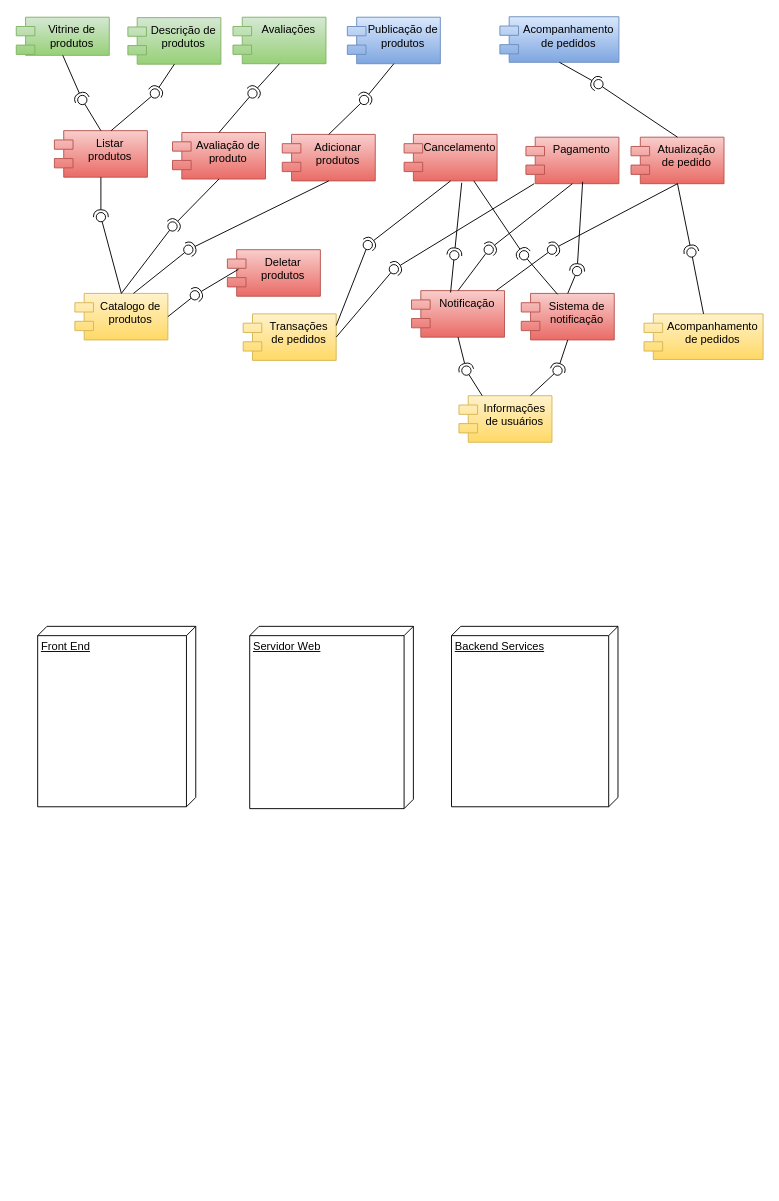
Earlier version of the draw.io diagram Diagrama sem nome.drawio (davimicale/Patinho-Feio-do-Legume). Source tidied: cells renumbered, new cells numbered last; positions are measured from the earlier drawing's top-left corner, leaving out a move shared by most shapes. Both pictures are drawn from the tidied source at 93%, with x=0, y=0 at pixel (16, 16).
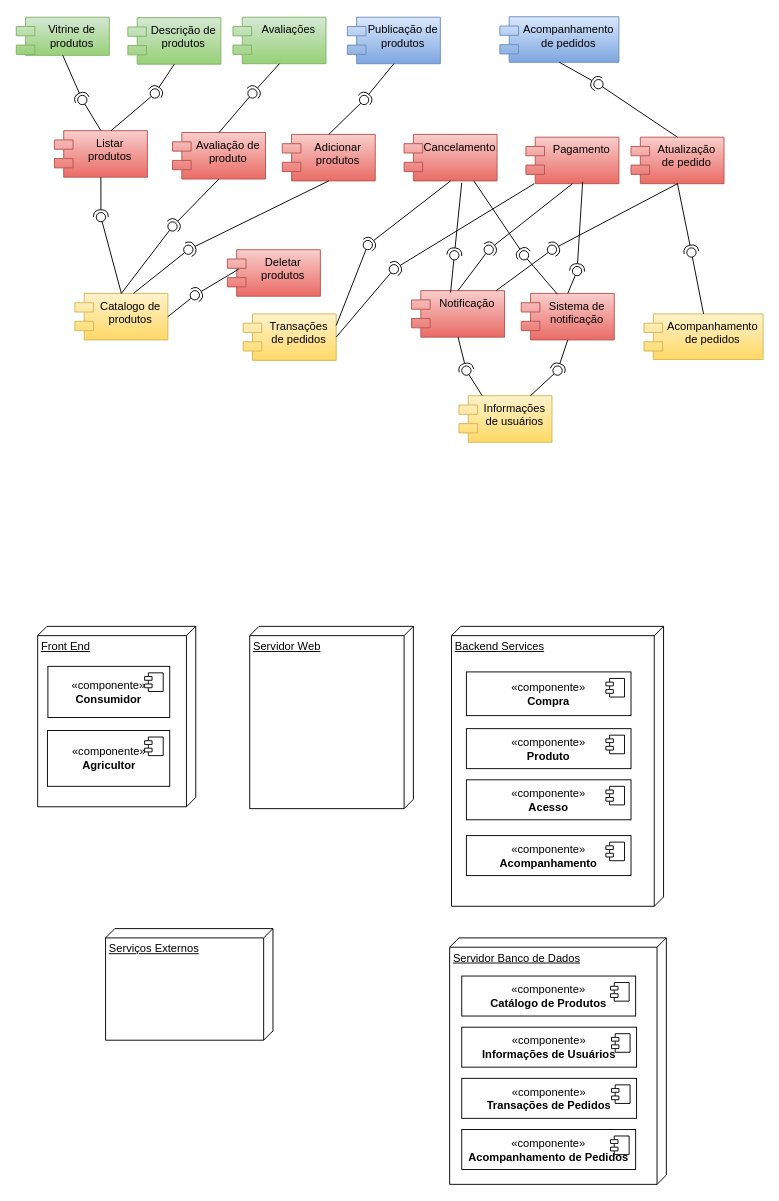
Above is the later version.

Diff of the diagram source:
```diff
@@
     <mxCell id="79" value="Backend Services&lt;div&gt;&lt;br&gt;&lt;/div&gt;" style="verticalAlign=top;align=left;spacingTop=8;spacingLeft=2;spacingRight=12;shape=cube;size=10;direction=south;fontStyle=4;html=1;whiteSpace=wrap;" parent="1" vertex="1">
-      <mxGeometry x="468" y="656" width="179" height="194" as="geometry" />
+      <mxGeometry x="468" y="656" width="228" height="301" as="geometry" />
     </mxCell>
+    <mxCell id="80" value="Servidor Banco de Dados" style="verticalAlign=top;align=left;spacingTop=8;spacingLeft=2;spacingRight=12;shape=cube;size=10;direction=south;fontStyle=4;html=1;whiteSpace=wrap;" parent="1" vertex="1">
+      <mxGeometry x="466" y="991" width="233" height="265" as="geometry" />
+    </mxCell>
+    <mxCell id="81" value="Serviços Externos" style="verticalAlign=top;align=left;spacingTop=8;spacingLeft=2;spacingRight=12;shape=cube;size=10;direction=south;fontStyle=4;html=1;whiteSpace=wrap;" parent="1" vertex="1">
+      <mxGeometry x="96" y="981" width="180" height="120" as="geometry" />
+    </mxCell>
+    <mxCell id="82" value="«componente»&lt;br&gt;&lt;b&gt;Consumidor&lt;/b&gt;" style="html=1;whiteSpace=wrap;" parent="1" vertex="1">
+      <mxGeometry x="34" y="699" width="131" height="55" as="geometry" />
+    </mxCell>
+    <mxCell id="83" style="shape=module;jettyWidth=8;jettyHeight=4;" parent="82" vertex="1">
+      <mxGeometry x="1" width="20" height="20" relative="1" as="geometry">
+        <mxPoint x="-27" y="7" as="offset" />
+      </mxGeometry>
+    </mxCell>
+    <mxCell id="84" value="«componente»&lt;br&gt;&lt;b&gt;Agricultor&lt;/b&gt;" style="html=1;whiteSpace=wrap;" parent="1" vertex="1">
+      <mxGeometry x="33.5" y="768" width="131.5" height="60" as="geometry" />
+    </mxCell>
+    <mxCell id="85" style="shape=module;jettyWidth=8;jettyHeight=4;" parent="84" vertex="1">
+      <mxGeometry x="1" width="20" height="20" relative="1" as="geometry">
+        <mxPoint x="-27" y="7" as="offset" />
+      </mxGeometry>
+    </mxCell>
+    <mxCell id="86" value="«componente»&lt;br&gt;&lt;b&gt;Compra&lt;/b&gt;" style="html=1;whiteSpace=wrap;" parent="1" vertex="1">
+      <mxGeometry x="484" y="705" width="177" height="47" as="geometry" />
+    </mxCell>
+    <mxCell id="87" style="shape=module;jettyWidth=8;jettyHeight=4;" parent="86" vertex="1">
+      <mxGeometry x="1" width="20" height="20" relative="1" as="geometry">
+        <mxPoint x="-27" y="7" as="offset" />
+      </mxGeometry>
+    </mxCell>
+    <mxCell id="88" value="«componente»&lt;br&gt;&lt;b&gt;Produto&lt;/b&gt;" style="html=1;whiteSpace=wrap;" parent="1" vertex="1">
+      <mxGeometry x="484" y="766" width="177" height="43" as="geometry" />
+    </mxCell>
+    <mxCell id="89" style="shape=module;jettyWidth=8;jettyHeight=4;" parent="88" vertex="1">
+      <mxGeometry x="1" width="20" height="20" relative="1" as="geometry">
+        <mxPoint x="-27" y="7" as="offset" />
+      </mxGeometry>
+    </mxCell>
+    <mxCell id="90" value="«componente»&lt;br&gt;&lt;b&gt;Acesso&lt;/b&gt;" style="html=1;whiteSpace=wrap;" parent="1" vertex="1">
+      <mxGeometry x="484" y="821" width="177" height="43" as="geometry" />
+    </mxCell>
+    <mxCell id="91" style="shape=module;jettyWidth=8;jettyHeight=4;" parent="90" vertex="1">
+      <mxGeometry x="1" width="20" height="20" relative="1" as="geometry">
+        <mxPoint x="-27" y="7" as="offset" />
+      </mxGeometry>
+    </mxCell>
+    <mxCell id="92" value="«componente»&lt;br&gt;&lt;b&gt;Acompanhamento&lt;/b&gt;" style="html=1;whiteSpace=wrap;" parent="1" vertex="1">
+      <mxGeometry x="484" y="881" width="177" height="43" as="geometry" />
+    </mxCell>
+    <mxCell id="93" style="shape=module;jettyWidth=8;jettyHeight=4;" parent="92" vertex="1">
+      <mxGeometry x="1" width="20" height="20" relative="1" as="geometry">
+        <mxPoint x="-27" y="7" as="offset" />
+      </mxGeometry>
+    </mxCell>
+    <mxCell id="94" value="«componente»&lt;br&gt;&lt;b&gt;Catálogo de Produtos&lt;/b&gt;" style="html=1;whiteSpace=wrap;" parent="1" vertex="1">
+      <mxGeometry x="479" y="1032" width="187" height="43" as="geometry" />
+    </mxCell>
+    <mxCell id="95" style="shape=module;jettyWidth=8;jettyHeight=4;" parent="94" vertex="1">
+      <mxGeometry x="1" width="20" height="20" relative="1" as="geometry">
+        <mxPoint x="-27" y="7" as="offset" />
+      </mxGeometry>
+    </mxCell>
+    <mxCell id="96" value="«componente»&lt;br&gt;&lt;b&gt;Informações de Usuários&lt;/b&gt;" style="html=1;whiteSpace=wrap;" parent="1" vertex="1">
+      <mxGeometry x="479" y="1087" width="188" height="43" as="geometry" />
+    </mxCell>
+    <mxCell id="97" style="shape=module;jettyWidth=8;jettyHeight=4;" parent="96" vertex="1">
+      <mxGeometry x="1" width="20" height="20" relative="1" as="geometry">
+        <mxPoint x="-27" y="7" as="offset" />
+      </mxGeometry>
+    </mxCell>
+    <mxCell id="98" value="«componente»&lt;br&gt;&lt;b&gt;Transações de Pedidos&lt;/b&gt;" style="html=1;whiteSpace=wrap;" parent="1" vertex="1">
+      <mxGeometry x="479" y="1142" width="188" height="43" as="geometry" />
+    </mxCell>
+    <mxCell id="99" style="shape=module;jettyWidth=8;jettyHeight=4;" parent="98" vertex="1">
+      <mxGeometry x="1" width="20" height="20" relative="1" as="geometry">
+        <mxPoint x="-27" y="7" as="offset" />
+      </mxGeometry>
+    </mxCell>
+    <mxCell id="100" value="«componente»&lt;br&gt;&lt;b&gt;Acompanhamento de Pedidos&lt;/b&gt;" style="html=1;whiteSpace=wrap;" parent="1" vertex="1">
+      <mxGeometry x="479" y="1197" width="187" height="43" as="geometry" />
+    </mxCell>
+    <mxCell id="101" style="shape=module;jettyWidth=8;jettyHeight=4;" parent="100" vertex="1">
+      <mxGeometry x="1" width="20" height="20" relative="1" as="geometry">
+        <mxPoint x="-27" y="7" as="offset" />
+      </mxGeometry>
+    </mxCell>
```
